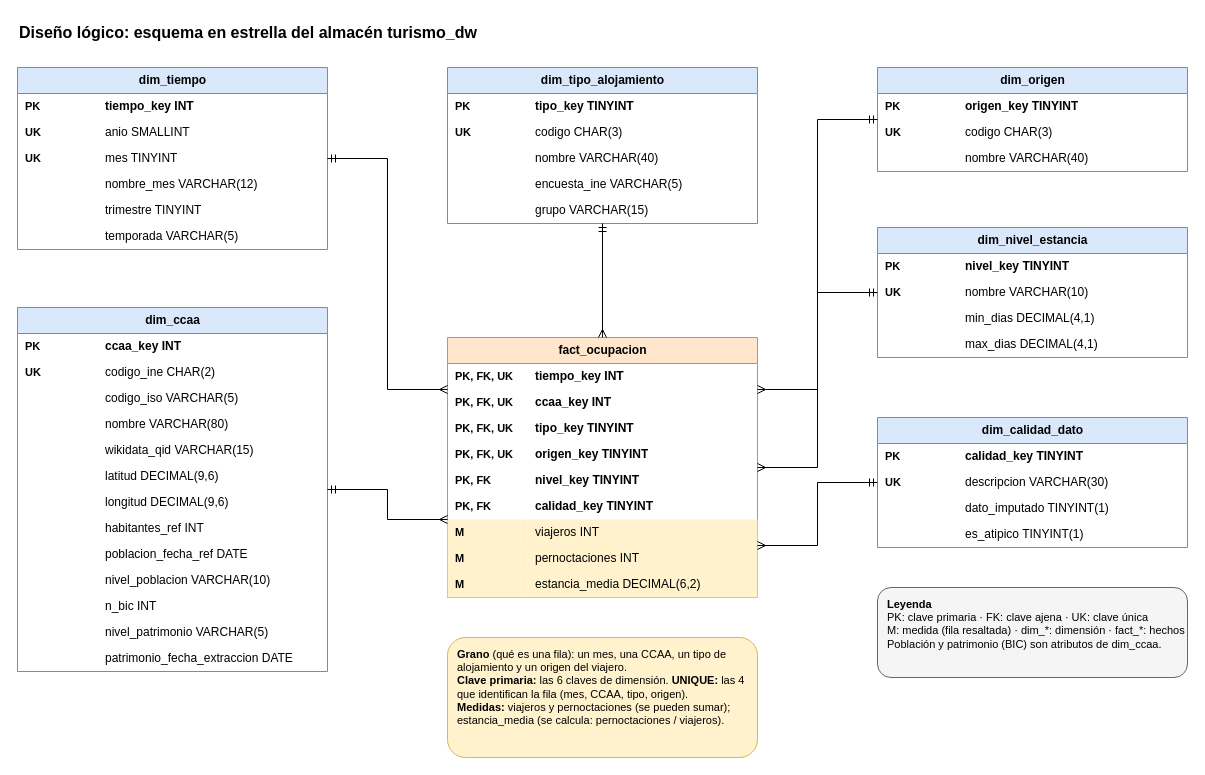
The draw.io diagram docs/diseno_logico.drawio in Ismael-Escribano/apd_practica, before the edit. Source tidied: cells renumbered, new cells numbered last; positions are measured from the earlier drawing's top-left corner, leaving out a move shared by most shapes. Both pictures are drawn from the tidied source at 100%, with x=0, y=0 at pixel (17, 17).
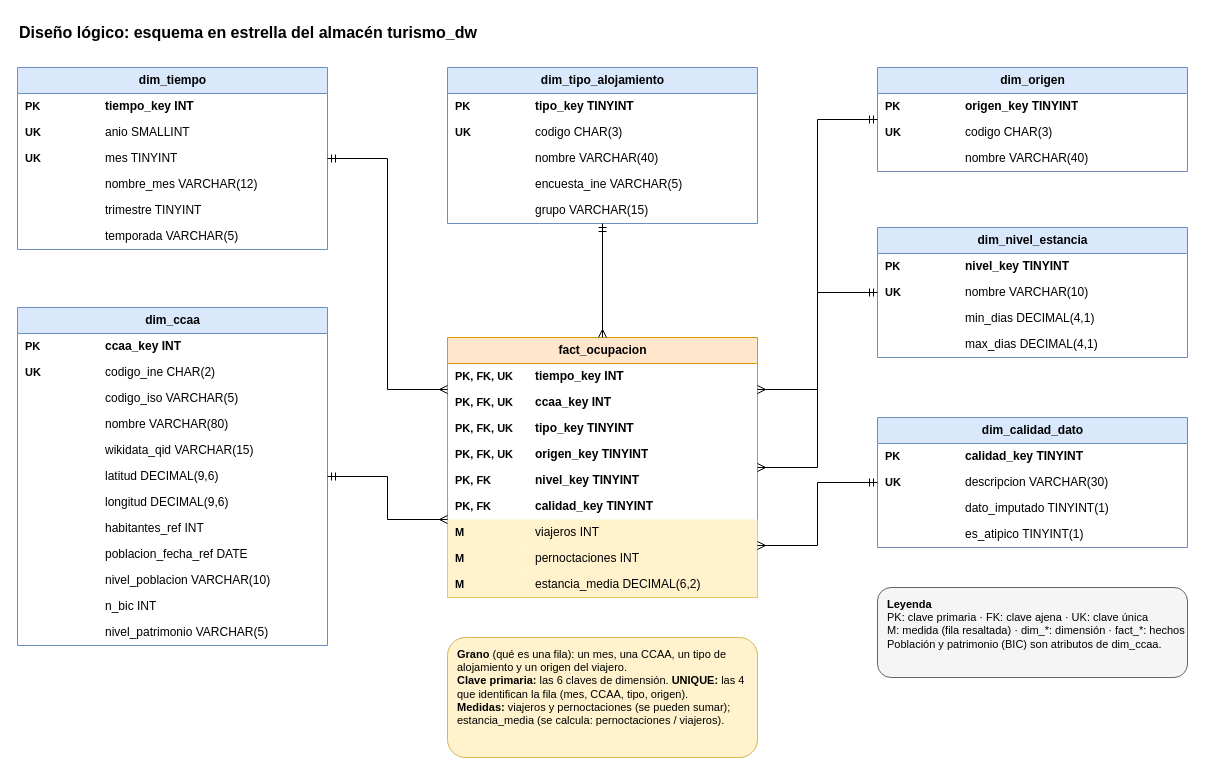
The same diagram, later.

Commit message (it also covers changes not shown here):
fix: remove BIC extraction date from .sql & logic design

Diff of the diagram source:
```diff
@@
     <mxCell id="16" value="dim_ccaa" style="swimlane;fontStyle=1;align=center;startSize=26;html=1;fillColor=#dae8fc;strokeColor=#6c8ebf;swimlaneFillColor=#ffffff;" parent="1" vertex="1">
-      <mxGeometry y="290" width="310" height="364" as="geometry" />
+      <mxGeometry y="290" width="310" height="338" as="geometry" />
     </mxCell>
@@
-    <mxCell id="41" style="text;html=1;strokeColor=none;fillColor=none;align=left;verticalAlign=middle;spacingLeft=6;fontStyle=1;fontSize=11;overflow=hidden;" parent="16" vertex="1">
-      <mxGeometry y="338" width="80" height="26" as="geometry" />
-    </mxCell>
-    <mxCell id="42" value="patrimonio_fecha_extraccion DATE" style="text;html=1;strokeColor=none;fillColor=none;align=left;verticalAlign=middle;spacingLeft=6;fontStyle=0;overflow=hidden;" parent="16" vertex="1">
-      <mxGeometry x="80" y="338" width="230" height="26" as="geometry" />
-    </mxCell>
```
